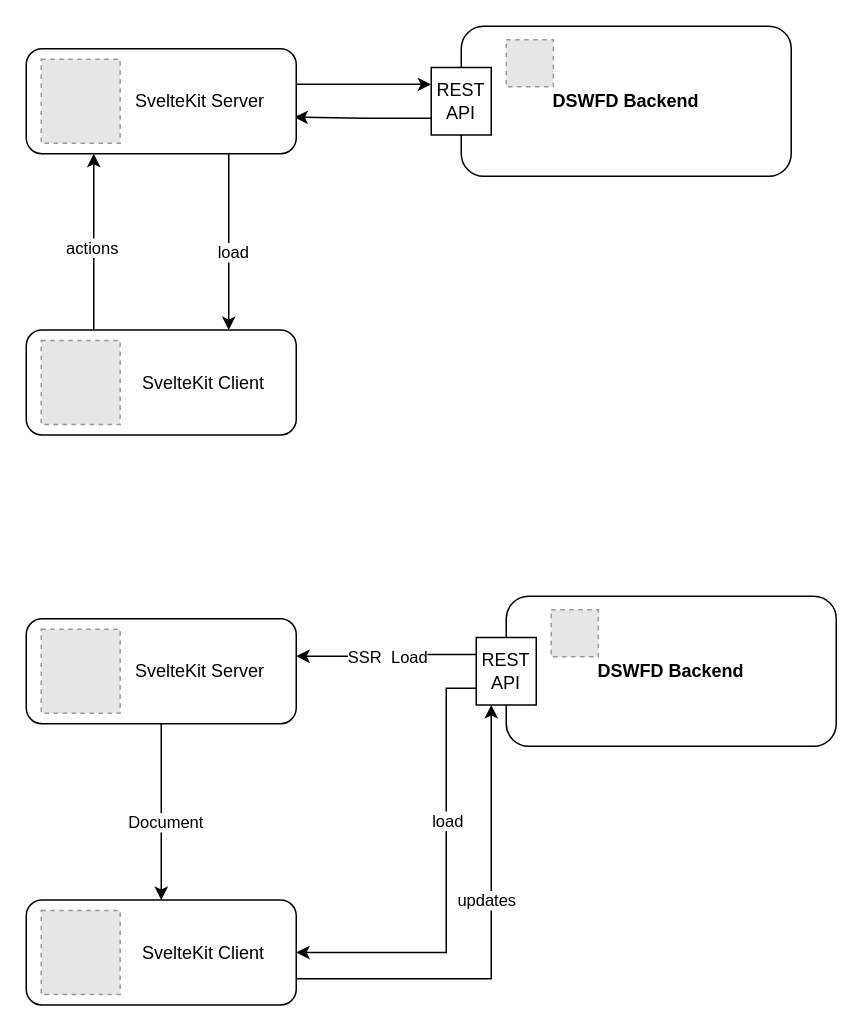
The draw.io diagram page "Page-4" (4 of 4) of thesis/assets/dswfd-architecture.drawio in HanLap/master-thesis, before the edit. Source tidied: cells renumbered, new cells numbered last; positions are measured from the earlier drawing's top-left corner, leaving out a move shared by most shapes. Both pictures are drawn from the tidied source at 150%, with x=0, y=0 at pixel (26, 26). Pictures stored in the file or linked from it are replaced by grey dashed boxes.
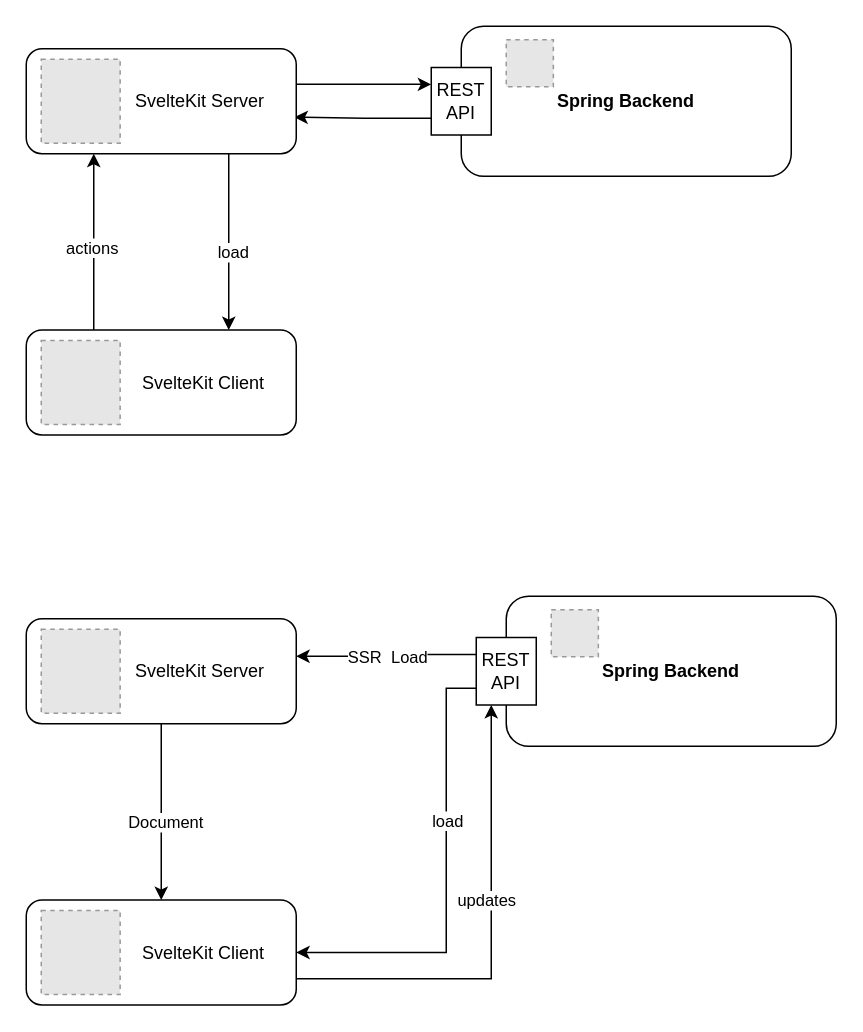
Above is the later version.

Unchanged cells that the change refers to:
```xml
<mxCell id="5" style="group;" parent="1" vertex="1">
  <mxGeometry x="290" width="220" height="115" as="geometry" />
</mxCell>
<mxCell id="21" style="group;" parent="1" vertex="1">
  <mxGeometry x="320" y="380" width="220" height="115" as="geometry" />
</mxCell>
```

Diff of the diagram source:
```diff
@@
-    <mxCell id="6" value="&lt;b&gt;DSWFD Backend&lt;/b&gt;" style="rounded=1;whiteSpace=wrap;html=1;" parent="5" vertex="1">
+    <mxCell id="6" value="&lt;b&gt;Spring Backend&lt;/b&gt;" style="rounded=1;whiteSpace=wrap;html=1;" parent="5" vertex="1">
       <mxGeometry width="220" height="100" as="geometry" />
     </mxCell>
@@
-    <mxCell id="22" value="&lt;b&gt;DSWFD Backend&lt;/b&gt;" style="rounded=1;whiteSpace=wrap;html=1;" parent="21" vertex="1">
+    <mxCell id="22" value="&lt;b&gt;Spring Backend&lt;/b&gt;" style="rounded=1;whiteSpace=wrap;html=1;" parent="21" vertex="1">
       <mxGeometry width="220" height="100" as="geometry" />
     </mxCell>
```
